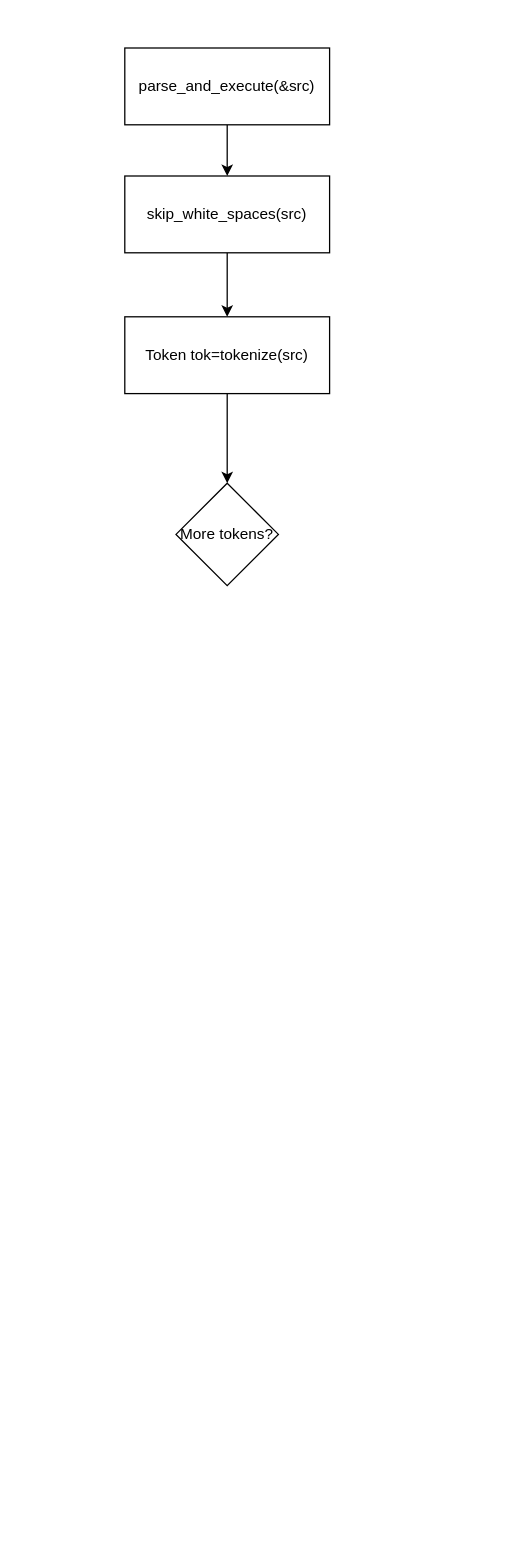
alejocp00/Shell keeps this draw.io diagram as page "Token WF" (2 of 2) of diagrams.drawio. Above is the earlier version. Source tidied: cells renumbered, new cells numbered last; positions are measured from the earlier drawing's top-left corner, leaving out a move shared by most shapes. Both pictures are drawn from the tidied source at 128%, with x=0, y=0 at pixel (124, 47).
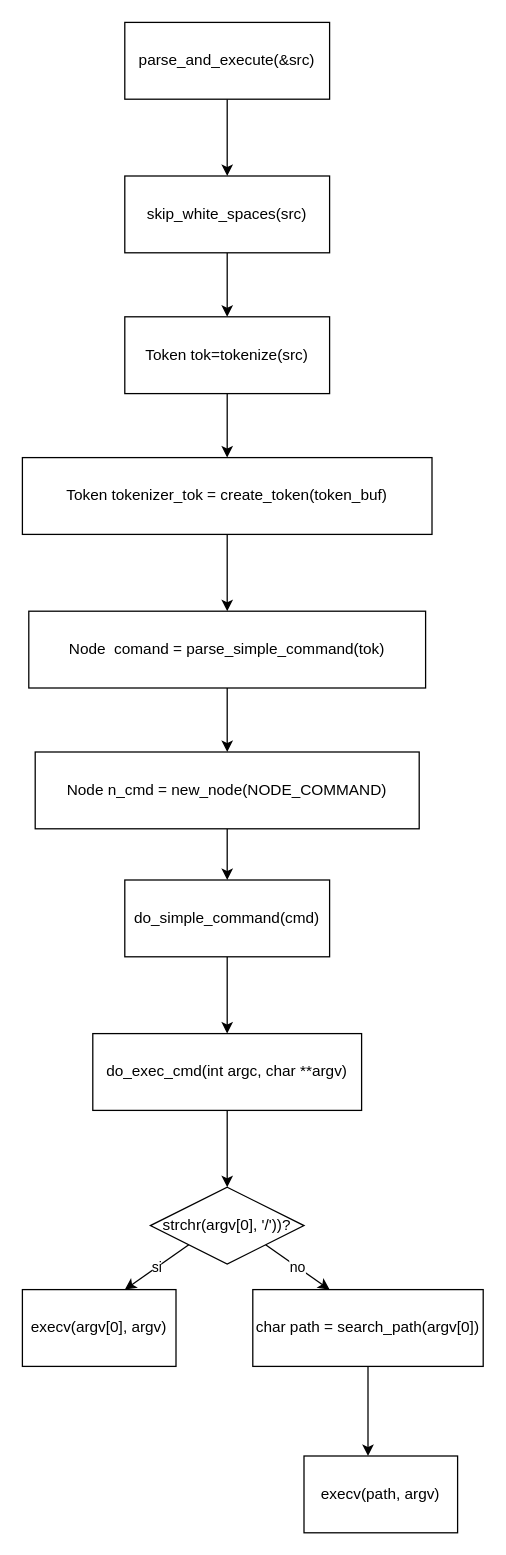
The same diagram, later.

The change refers to these unchanged cells:
```xml
<mxCell id="7" value="Token tok=tokenize(src)" style="whiteSpace=wrap;html=1;rounded=0;" parent="1" vertex="1">
  <mxGeometry y="210" width="160" height="60" as="geometry" />
</mxCell>
```

The edit, as a diff of the source:
```diff
@@
     <mxCell id="3" value="parse_and_execute(&amp;amp;src)" style="rounded=0;whiteSpace=wrap;html=1;" parent="1" vertex="1">
-      <mxGeometry width="160" height="60" as="geometry" />
+      <mxGeometry y="-20" width="160" height="60" as="geometry" />
     </mxCell>
@@
-    <mxCell id="6" style="edgeStyle=none;html=1;" parent="1" edge="1" source="7" target="8">
-      <mxGeometry relative="1" as="geometry" />
-    </mxCell>
+    <mxCell id="9" style="edgeStyle=none;html=1;exitX=0.5;exitY=1;exitDx=0;exitDy=0;" parent="1" edge="1" source="7">
+      <mxGeometry relative="1" as="geometry">
+        <mxPoint x="80" y="320" as="targetPoint" />
+      </mxGeometry>
+    </mxCell>
@@
-    <mxCell id="8" value="More tokens?" style="rhombus;whiteSpace=wrap;html=1;rounded=0;" parent="1" vertex="1">
-      <mxGeometry x="40" y="340" width="80" height="80" as="geometry" />
-    </mxCell>
+    <mxCell id="10" style="edgeStyle=none;html=1;" parent="1" edge="1" source="11">
+      <mxGeometry relative="1" as="geometry">
+        <mxPoint x="80" y="440" as="targetPoint" />
+      </mxGeometry>
+    </mxCell>
+    <mxCell id="11" value="Token tokenizer_tok = create_token(token_buf)" style="whiteSpace=wrap;html=1;" parent="1" vertex="1">
+      <mxGeometry x="-80" y="320" width="320" height="60" as="geometry" />
+    </mxCell>
+    <mxCell id="12" style="edgeStyle=none;html=1;exitX=0.5;exitY=1;exitDx=0;exitDy=0;" parent="1" edge="1" source="13">
+      <mxGeometry relative="1" as="geometry">
+        <mxPoint x="80" y="550" as="targetPoint" />
+      </mxGeometry>
+    </mxCell>
+    <mxCell id="13" value="Node&amp;nbsp; comand = parse_simple_command(tok)" style="whiteSpace=wrap;html=1;" parent="1" vertex="1">
+      <mxGeometry x="-75" y="440" width="310" height="60" as="geometry" />
+    </mxCell>
+    <mxCell id="14" style="edgeStyle=none;html=1;exitX=0.5;exitY=1;exitDx=0;exitDy=0;" parent="1" edge="1" source="15">
+      <mxGeometry relative="1" as="geometry">
+        <mxPoint x="80" y="650" as="targetPoint" />
+      </mxGeometry>
+    </mxCell>
+    <mxCell id="15" value="Node n_cmd = new_node(NODE_COMMAND)" style="whiteSpace=wrap;html=1;" parent="1" vertex="1">
+      <mxGeometry x="-70" y="550" width="300" height="60" as="geometry" />
+    </mxCell>
+    <mxCell id="16" style="edgeStyle=none;html=1;" parent="1" edge="1" source="17">
+      <mxGeometry relative="1" as="geometry">
+        <mxPoint x="80" y="770" as="targetPoint" />
+      </mxGeometry>
+    </mxCell>
+    <mxCell id="17" value="do_simple_command(cmd)" style="whiteSpace=wrap;html=1;" parent="1" vertex="1">
+      <mxGeometry y="650" width="160" height="60" as="geometry" />
+    </mxCell>
+    <mxCell id="18" style="edgeStyle=none;html=1;" parent="1" edge="1" source="19">
+      <mxGeometry relative="1" as="geometry">
+        <mxPoint x="80" y="890" as="targetPoint" />
+      </mxGeometry>
+    </mxCell>
+    <mxCell id="19" value="do_exec_cmd(int argc, char **argv)" style="whiteSpace=wrap;html=1;" parent="1" vertex="1">
+      <mxGeometry x="-25" y="770" width="210" height="60" as="geometry" />
+    </mxCell>
+    <mxCell id="20" value="si" style="edgeStyle=none;html=1;exitX=0;exitY=1;exitDx=0;exitDy=0;" parent="1" edge="1" source="22">
+      <mxGeometry relative="1" as="geometry">
+        <mxPoint y="970" as="targetPoint" />
+      </mxGeometry>
+    </mxCell>
+    <mxCell id="21" value="no" style="edgeStyle=none;html=1;exitX=1;exitY=1;exitDx=0;exitDy=0;" parent="1" edge="1" source="22">
+      <mxGeometry relative="1" as="geometry">
+        <mxPoint x="160" y="970" as="targetPoint" />
+      </mxGeometry>
+    </mxCell>
+    <mxCell id="22" value="strchr(argv[0], '/'))?" style="rhombus;whiteSpace=wrap;html=1;" parent="1" vertex="1">
+      <mxGeometry x="20" y="890" width="120" height="60" as="geometry" />
+    </mxCell>
+    <mxCell id="23" value="execv(argv[0], argv)" style="whiteSpace=wrap;html=1;" parent="1" vertex="1">
+      <mxGeometry x="-80" y="970" width="120" height="60" as="geometry" />
+    </mxCell>
+    <mxCell id="24" style="edgeStyle=none;html=1;" parent="1" edge="1" source="25">
+      <mxGeometry relative="1" as="geometry">
+        <mxPoint x="190" y="1100" as="targetPoint" />
+      </mxGeometry>
+    </mxCell>
+    <mxCell id="25" value="char path = search_path(argv[0])" style="whiteSpace=wrap;html=1;" parent="1" vertex="1">
+      <mxGeometry x="100" y="970" width="180" height="60" as="geometry" />
+    </mxCell>
+    <mxCell id="26" value="execv(path, argv)" style="whiteSpace=wrap;html=1;" parent="1" vertex="1">
+      <mxGeometry x="140" y="1100" width="120" height="60" as="geometry" />
+    </mxCell>
```
